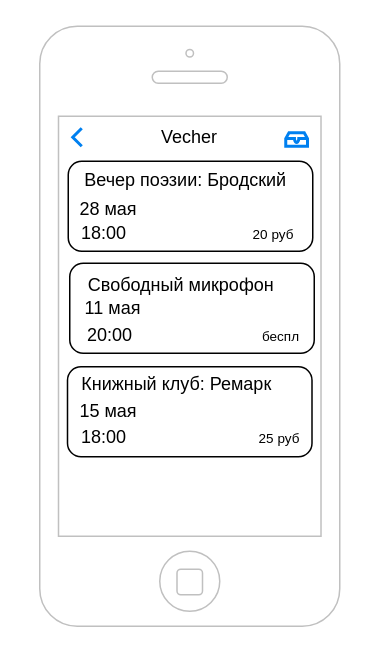
Before: page "Vechera" (7 of 13) of VecherDiagram-8.drawio in LizaSaroka/UIP, a draw.io diagram. Source tidied: cells renumbered, new cells numbered last; positions are measured from the earlier drawing's top-left corner, leaving out a move shared by most shapes. Both pictures are drawn from the tidied source at 150%, with x=0, y=0 at pixel (26, 26). Pictures stored in the file or linked from it are replaced by grey dashed boxes.
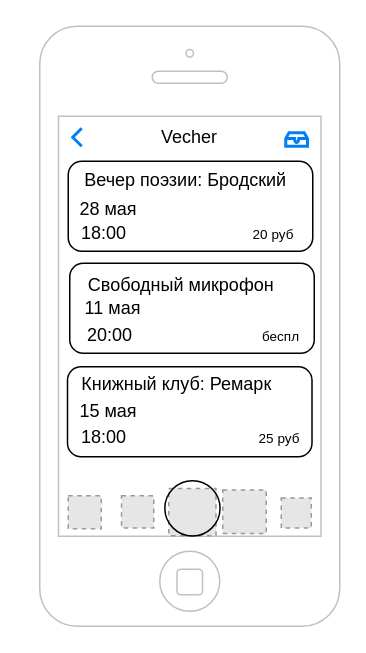
The same diagram, later.

Change to the diagram source:
```diff
@@
+    <mxCell id="21" style="fillColor=#E6E6E6;strokeColor=#999999;dashed=1;verticalLabelPosition=bottom;labelBackgroundColor=default;verticalAlign=top;" parent="1" vertex="1">
+      <mxGeometry x="28" y="313" width="22" height="22" as="geometry" />
+    </mxCell>
+    <mxCell id="22" style="fillColor=#E6E6E6;strokeColor=#999999;dashed=1;verticalLabelPosition=bottom;labelBackgroundColor=default;verticalAlign=top;" parent="1" vertex="1">
+      <mxGeometry x="63.5" y="313" width="21.5" height="21.5" as="geometry" />
+    </mxCell>
+    <mxCell id="23" style="fillColor=#E6E6E6;strokeColor=#999999;dashed=1;verticalLabelPosition=bottom;labelBackgroundColor=default;verticalAlign=top;" parent="1" vertex="1">
+      <mxGeometry x="131" y="309.2" width="29" height="29" as="geometry" />
+    </mxCell>
+    <mxCell id="24" style="fillColor=#E6E6E6;strokeColor=#999999;dashed=1;verticalLabelPosition=bottom;labelBackgroundColor=default;verticalAlign=top;" parent="1" vertex="1">
+      <mxGeometry x="170" y="314.5" width="20" height="20" as="geometry" />
+    </mxCell>
+    <mxCell id="25" style="fillColor=#E6E6E6;strokeColor=#999999;dashed=1;verticalLabelPosition=bottom;labelBackgroundColor=default;verticalAlign=top;" parent="1" vertex="1">
+      <mxGeometry x="95" y="308.2" width="31.5" height="31.5" as="geometry" />
+    </mxCell>
+    <mxCell id="26" style="ellipse;whiteSpace=wrap;html=1;fillColor=none;" parent="1" vertex="1">
+      <mxGeometry x="92.4" y="303" width="36.8" height="36.8" as="geometry" />
+    </mxCell>
```
